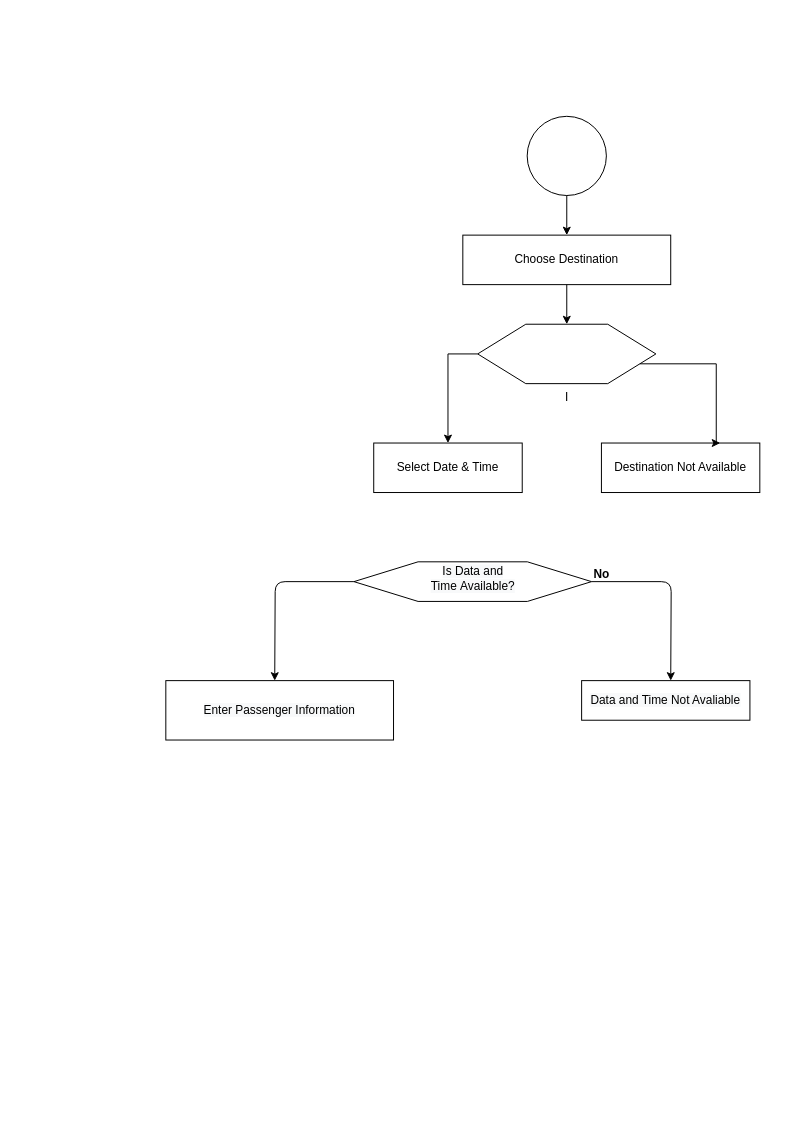
Above: page "Booking" (3 of 4) of application flow diagrames.drawio in Kuldeeptech0/document-hub- (draw.io), before the change. Source tidied: cells renumbered, new cells numbered last; positions are measured from the earlier drawing's top-left corner, leaving out a move shared by most shapes. Both pictures are drawn from the tidied source at 99%, with x=0, y=0 at pixel (165, 116).
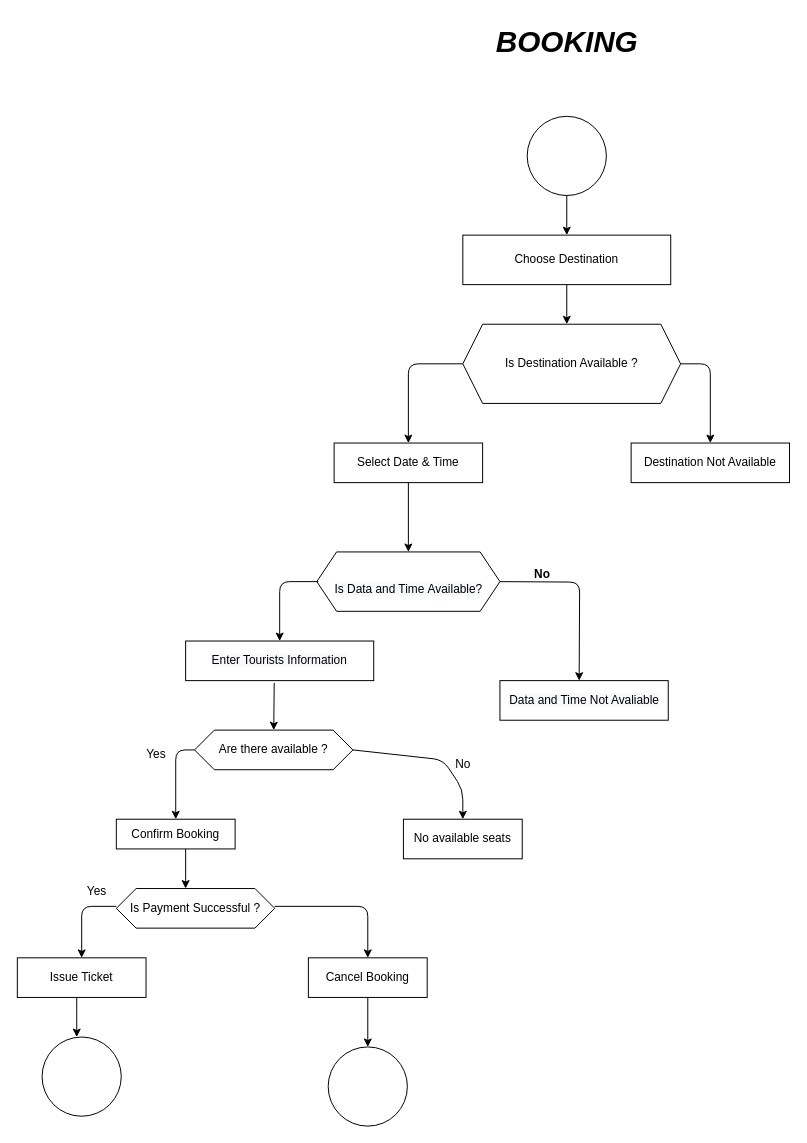
Above is the later version.

Commit message:
-- Booking Flow

The change refers to these unchanged cells:
```xml
<mxCell id="3" value="Choose Destination" style="rounded=0;whiteSpace=wrap;html=1;" parent="1" vertex="1">
  <mxGeometry x="300" y="120" width="210" height="50" as="geometry" />
</mxCell>
```

What changed in the source:
```diff
@@
-    <mxCell id="5" style="endArrow=classic;html=1;rounded=0;exitX=0.5;exitY=1;exitDx=0;exitDy=0;entryX=0.5;entryY=0;entryDx=0;entryDy=0;" parent="1" edge="1" source="3" target="7">
-      <mxGeometry relative="1" as="geometry" />
+    <mxCell id="5" style="endArrow=classic;html=1;rounded=0;exitX=0.5;exitY=1;exitDx=0;exitDy=0;entryX=0.5;entryY=0;entryDx=0;entryDy=0;" parent="1" edge="1" source="3">
+      <mxGeometry relative="1" as="geometry">
+        <mxPoint x="405" y="210" as="targetPoint" />
+      </mxGeometry>
     </mxCell>
-    <mxCell id="6" style="edgeStyle=orthogonalEdgeStyle;rounded=0;jettySize=auto;html=1;exitX=0;exitY=0.5;exitDx=0;exitDy=0;entryX=0.5;entryY=0;entryDx=0;entryDy=0;" parent="1" edge="1" source="7" target="8">
-      <mxGeometry relative="1" as="geometry" />
-    </mxCell>
-    <mxCell id="7" value="I" style="verticalLabelPosition=bottom;verticalAlign=top;html=1;shape=hexagon;perimeter=hexagonPerimeter2;arcSize=6;size=0.27;" parent="1" vertex="1">
-      <mxGeometry x="315" y="210" width="180" height="60" as="geometry" />
-    </mxCell>
     <mxCell id="8" value="Select Date &amp;amp; Time" style="rounded=0;whiteSpace=wrap;html=1;" parent="1" vertex="1">
-      <mxGeometry x="210" y="330" width="150" height="50" as="geometry" />
+      <mxGeometry x="170" y="330" width="150" height="40" as="geometry" />
     </mxCell>
     <mxCell id="9" value="Destination Not Available" style="rounded=0;whiteSpace=wrap;html=1;" parent="1" vertex="1">
-      <mxGeometry x="440" y="330" width="160" height="50" as="geometry" />
+      <mxGeometry x="470" y="330" width="160" height="40" as="geometry" />
     </mxCell>
-    <mxCell id="10" style="edgeStyle=orthogonalEdgeStyle;rounded=0;jettySize=auto;html=1;" parent="1" edge="1" source="7">
-      <mxGeometry relative="1" as="geometry">
-        <mxPoint x="560" y="330" as="targetPoint" />
-        <Array as="points">
-          <mxPoint x="556" y="250" />
-          <mxPoint x="556" y="330" />
-        </Array>
-      </mxGeometry>
-    </mxCell>
-    <mxCell id="11" style="edgeStyle=orthogonalEdgeStyle;jettySize=auto;html=1;exitX=1;exitY=0.5;exitDx=0;exitDy=0;" parent="1" edge="1" source="13">
+    <mxCell id="11" style="edgeStyle=orthogonalEdgeStyle;orthogonalLoop=1;jettySize=auto;html=1;exitX=1;exitY=0.5;exitDx=0;exitDy=0;" parent="1" edge="1">
       <mxGeometry relative="1" as="geometry">
-        <mxPoint x="510" y="570" as="targetPoint" />
+        <mxPoint x="337.5" y="470" as="sourcePoint" />
+        <mxPoint x="417.5" y="570" as="targetPoint" />
       </mxGeometry>
     </mxCell>
-    <mxCell id="12" style="edgeStyle=orthogonalEdgeStyle;jettySize=auto;html=1;exitX=0;exitY=0.5;exitDx=0;exitDy=0;" parent="1" edge="1" source="13">
-      <mxGeometry relative="1" as="geometry">
-        <mxPoint x="110" y="570" as="targetPoint" />
-      </mxGeometry>
-    </mxCell>
-    <mxCell id="13" style="verticalLabelPosition=bottom;verticalAlign=top;html=1;shape=hexagon;perimeter=hexagonPerimeter2;arcSize=6;size=0.27;" parent="1" vertex="1">
-      <mxGeometry x="190" y="450" width="240" height="40" as="geometry" />
-    </mxCell>
     <mxCell id="14" value="&lt;b&gt;No&lt;/b&gt;&lt;div&gt;&lt;br&gt;&lt;/div&gt;" style="text;html=1;align=center;verticalAlign=middle;strokeColor=none;fillColor=none;" parent="1" vertex="1">
-      <mxGeometry x="420" y="450" width="40" height="40" as="geometry" />
+      <mxGeometry x="360" y="450" width="40" height="40" as="geometry" />
     </mxCell>
     <mxCell id="15" value="&lt;span style=&quot;font-family: Helvetica, &amp;quot;VP Default&amp;quot;; background-color: rgb(248, 249, 250);&quot;&gt;Data and Time Not Avaliable&lt;/span&gt;" style="rounded=0;whiteSpace=wrap;html=1;" parent="1" vertex="1">
-      <mxGeometry x="420" y="570" width="170" height="40" as="geometry" />
+      <mxGeometry x="337.5" y="570" width="170" height="40" as="geometry" />
     </mxCell>
-    <mxCell id="16" value="&lt;span style=&quot;font-family: Helvetica, &amp;quot;VP Default&amp;quot;; background-color: rgb(248, 249, 250);&quot;&gt;Enter Passenger Information&lt;/span&gt;" style="rounded=0;whiteSpace=wrap;html=1;" parent="1" vertex="1">
-      <mxGeometry y="570" width="230" height="60" as="geometry" />
+    <mxCell id="16" value="&lt;span style=&quot;font-family: Helvetica, &amp;quot;VP Default&amp;quot;; background-color: rgb(248, 249, 250);&quot;&gt;Enter Tourists Information&lt;/span&gt;" style="rounded=0;whiteSpace=wrap;html=1;" parent="1" vertex="1">
+      <mxGeometry x="20" y="530" width="190" height="40" as="geometry" />
     </mxCell>
+    <mxCell id="18" value="Is Destination Available ?" style="shape=hexagon;perimeter=hexagonPerimeter2;whiteSpace=wrap;html=1;fixedSize=1;" parent="1" vertex="1">
+      <mxGeometry x="300" y="210" width="220" height="80" as="geometry" />
+    </mxCell>
+    <mxCell id="19" style="endArrow=classic;html=1;exitX=0;exitY=0.5;exitDx=0;exitDy=0;entryX=0.5;entryY=0;entryDx=0;entryDy=0;" parent="1" edge="1" source="18" target="8">
+      <mxGeometry relative="1" as="geometry">
+        <Array as="points">
+          <mxPoint x="245" y="250" />
+        </Array>
+      </mxGeometry>
+    </mxCell>
-    <mxCell id="17" value="&lt;br&gt;&lt;span style=&quot;text-wrap: wrap; box-sizing: content-box; -webkit-font-smoothing: antialiased; scrollbar-width: thin; font-family: helvetica, &amp;quot;vp default&amp;quot;; background-color: rgb(248, 249, 250);&quot;&gt;Is Data and Time&amp;nbsp;&lt;/span&gt;&lt;span style=&quot;text-wrap: wrap; box-sizing: content-box; -webkit-font-smoothing: antialiased; scrollbar-width: thin; font-family: helvetica, &amp;quot;vp default&amp;quot;; background-color: rgb(248, 249, 250);&quot;&gt;Available?&lt;/span&gt;" style="text;html=1;align=center;verticalAlign=middle;points=[];strokeColor=none;fillColor=none;" parent="1" vertex="1">
-      <mxGeometry x="225" y="440" width="170" height="40" as="geometry" />
+    <mxCell id="17" value="&lt;br style=&quot;text-wrap: nowrap;&quot;&gt;&lt;span style=&quot;box-sizing: content-box; -webkit-font-smoothing: antialiased; scrollbar-width: thin; font-family: helvetica, &amp;quot;vp default&amp;quot;; background-color: rgb(248, 249, 250);&quot;&gt;Is Data and Time&amp;nbsp;&lt;/span&gt;&lt;span style=&quot;box-sizing: content-box; -webkit-font-smoothing: antialiased; scrollbar-width: thin; font-family: helvetica, &amp;quot;vp default&amp;quot;; background-color: rgb(248, 249, 250);&quot;&gt;Available?&lt;/span&gt;" style="shape=hexagon;perimeter=hexagonPerimeter2;whiteSpace=wrap;html=1;fixedSize=1;" parent="1" vertex="1">
+      <mxGeometry x="152.5" y="440" width="185" height="60" as="geometry" />
     </mxCell>
+    <mxCell id="20" value="Are there available ?" style="shape=hexagon;perimeter=hexagonPerimeter2;whiteSpace=wrap;html=1;fixedSize=1;" parent="1" vertex="1">
+      <mxGeometry x="29" y="620" width="160" height="40" as="geometry" />
+    </mxCell>
+    <mxCell id="21" style="endArrow=classic;html=1;entryX=0.5;entryY=0;entryDx=0;entryDy=0;exitX=0.471;exitY=1.058;exitDx=0;exitDy=0;exitPerimeter=0;" parent="1" edge="1" source="16" target="20">
+      <mxGeometry relative="1" as="geometry" />
+    </mxCell>
+    <mxCell id="22" value="Confirm Booking" style="rounded=0;whiteSpace=wrap;html=1;" parent="1" vertex="1">
+      <mxGeometry x="-50" y="710" width="120" height="30" as="geometry" />
+    </mxCell>
+    <mxCell id="23" style="endArrow=classic;html=1;entryX=0.5;entryY=0;entryDx=0;entryDy=0;exitX=0;exitY=0.5;exitDx=0;exitDy=0;" parent="1" edge="1" source="20" target="22">
+      <mxGeometry relative="1" as="geometry">
+        <Array as="points">
+          <mxPoint x="10" y="640" />
+        </Array>
+      </mxGeometry>
+    </mxCell>
+    <mxCell id="24" value="No available seats" style="rounded=0;whiteSpace=wrap;html=1;" parent="1" vertex="1">
+      <mxGeometry x="240" y="710" width="120" height="40" as="geometry" />
+    </mxCell>
+    <mxCell id="25" value="Yes" style="text;html=1;align=center;verticalAlign=middle;strokeColor=none;fillColor=none;" parent="1" vertex="1">
+      <mxGeometry x="-30" y="630" width="40" height="30" as="geometry" />
+    </mxCell>
+    <mxCell id="26" value="No" style="text;html=1;align=center;verticalAlign=middle;strokeColor=none;fillColor=none;" parent="1" vertex="1">
+      <mxGeometry x="280" y="640" width="40" height="30" as="geometry" />
+    </mxCell>
+    <mxCell id="27" style="endArrow=classic;html=1;" parent="1" edge="1">
+      <mxGeometry relative="1" as="geometry">
+        <mxPoint x="20" y="740" as="sourcePoint" />
+        <mxPoint x="20" y="780" as="targetPoint" />
+      </mxGeometry>
+    </mxCell>
+    <mxCell id="28" value="Is Payment Successful ?" style="shape=hexagon;perimeter=hexagonPerimeter2;whiteSpace=wrap;html=1;fixedSize=1;" parent="1" vertex="1">
+      <mxGeometry x="-50" y="780" width="160" height="40" as="geometry" />
+    </mxCell>
+    <mxCell id="29" style="endArrow=classic;html=1;entryX=0.5;entryY=0;entryDx=0;entryDy=0;" parent="1" edge="1" target="16">
+      <mxGeometry relative="1" as="geometry">
+        <mxPoint x="154" y="470" as="sourcePoint" />
+        <Array as="points">
+          <mxPoint x="115" y="470" />
+        </Array>
+      </mxGeometry>
+    </mxCell>
+    <mxCell id="30" style="endArrow=classic;html=1;entryX=0.5;entryY=0;entryDx=0;entryDy=0;" parent="1" edge="1" target="24">
+      <mxGeometry relative="1" as="geometry">
+        <mxPoint x="189" y="640" as="sourcePoint" />
+        <Array as="points">
+          <mxPoint x="280" y="650" />
+          <mxPoint x="300" y="680" />
+        </Array>
+      </mxGeometry>
+    </mxCell>
+    <mxCell id="31" value="Issue Ticket" style="rounded=0;whiteSpace=wrap;html=1;" parent="1" vertex="1">
+      <mxGeometry x="-150" y="850" width="130" height="40" as="geometry" />
+    </mxCell>
+    <mxCell id="32" value="Yes" style="text;html=1;align=center;verticalAlign=middle;strokeColor=none;fillColor=none;" parent="1" vertex="1">
+      <mxGeometry x="-90" y="768" width="40" height="30" as="geometry" />
+    </mxCell>
+    <mxCell id="33" value="Cancel Booking" style="rounded=0;whiteSpace=wrap;html=1;" parent="1" vertex="1">
+      <mxGeometry x="144" y="850" width="120" height="40" as="geometry" />
+    </mxCell>
+    <mxCell id="34" style="endArrow=classic;html=1;entryX=0.5;entryY=0;entryDx=0;entryDy=0;" parent="1" edge="1" target="33">
+      <mxGeometry relative="1" as="geometry">
+        <mxPoint x="110" y="798" as="sourcePoint" />
+        <Array as="points">
+          <mxPoint x="204" y="798" />
+        </Array>
+      </mxGeometry>
+    </mxCell>
+    <mxCell id="35" style="endArrow=classic;html=1;entryX=0.5;entryY=0;entryDx=0;entryDy=0;" parent="1" edge="1" target="31">
+      <mxGeometry relative="1" as="geometry">
+        <mxPoint x="-50" y="798" as="sourcePoint" />
+        <Array as="points">
+          <mxPoint x="-85" y="798" />
+        </Array>
+      </mxGeometry>
+    </mxCell>
+    <mxCell id="36" style="ellipse;whiteSpace=wrap;html=1;" parent="1" vertex="1">
+      <mxGeometry x="-125" y="930" width="80" height="80" as="geometry" />
+    </mxCell>
+    <mxCell id="37" style="endArrow=classic;html=1;entryX=0.438;entryY=0;entryDx=0;entryDy=0;entryPerimeter=0;" parent="1" edge="1" target="36">
+      <mxGeometry relative="1" as="geometry">
+        <mxPoint x="-90" y="890" as="sourcePoint" />
+      </mxGeometry>
+    </mxCell>
+    <mxCell id="38" style="ellipse;whiteSpace=wrap;html=1;" parent="1" vertex="1">
+      <mxGeometry x="164" y="940" width="80" height="80" as="geometry" />
+    </mxCell>
+    <mxCell id="39" style="endArrow=classic;html=1;entryX=0.5;entryY=0;entryDx=0;entryDy=0;" parent="1" edge="1" target="38">
+      <mxGeometry relative="1" as="geometry">
+        <mxPoint x="204" y="890" as="sourcePoint" />
+      </mxGeometry>
+    </mxCell>
+    <mxCell id="40" value="&lt;b&gt;&lt;i&gt;&lt;font style=&quot;font-size: 30px;&quot;&gt;BOOKING&lt;/font&gt;&lt;/i&gt;&lt;/b&gt;" style="text;html=1;align=center;verticalAlign=middle;strokeColor=none;fillColor=none;" parent="1" vertex="1">
+      <mxGeometry x="320" y="-100" width="170" height="50" as="geometry" />
+    </mxCell>
+    <mxCell id="41" style="endArrow=classic;html=1;entryX=0.5;entryY=0;entryDx=0;entryDy=0;" parent="1" edge="1" target="9">
+      <mxGeometry relative="1" as="geometry">
+        <mxPoint x="520" y="250" as="sourcePoint" />
+        <Array as="points">
+          <mxPoint x="550" y="250" />
+        </Array>
+      </mxGeometry>
+    </mxCell>
+    <mxCell id="42" style="endArrow=classic;html=1;exitX=0.5;exitY=1;exitDx=0;exitDy=0;" parent="1" edge="1" source="8" target="17">
+      <mxGeometry relative="1" as="geometry" />
+    </mxCell>
```
